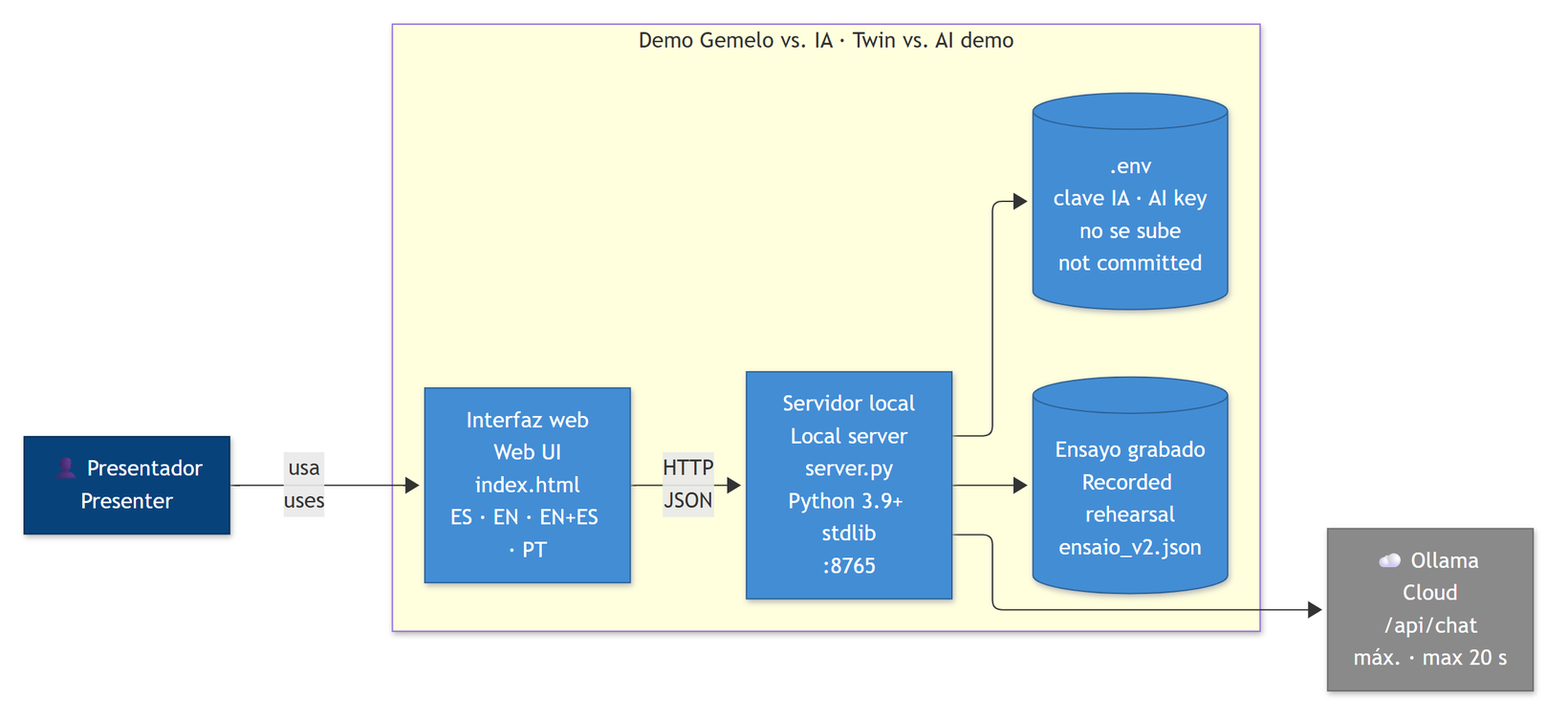
Above: docs/diagrams/c4-2-contenedores-containers.png in cass782019/digitaltwinsVSai (Mermaid), before the change. Its source is kept beside it as docs/diagrams/c4-2-contenedores-containers.mmd. Its diagram source:
```mermaid
flowchart LR
  P["👤 Presentador<br/>Presenter"]
  subgraph SYS["Demo Gemelo vs. IA · Twin vs. AI demo"]
    UI["Interfaz web<br/>Web UI<br/>index.html<br/>ES · EN · EN+ES · PT"]
    API["Servidor local<br/>Local server<br/>server.py<br/>Python 3.9+ stdlib<br/>:8765"]
    REH[("Ensayo grabado<br/>Recorded rehearsal<br/>ensaio_v2.json")]
    ENV[(".env<br/>clave IA · AI key<br/>no se sube<br/>not committed")]
  end
  O["☁️ Ollama Cloud<br/>/api/chat<br/>máx. · max 20 s"]
  P -->|"usa<br/>uses"| UI
  UI -->|"HTTP<br/>JSON"| API
  API --> REH
  API --> ENV
  API --> O
  classDef person fill:#08427B,color:#fff,stroke:#052E56
  classDef cont fill:#438DD5,color:#fff,stroke:#2E6295
  classDef ext fill:#8A8A8A,color:#fff,stroke:#6B6B6B
  class P person
  class UI,API,REH,ENV cont
  class O ext
```
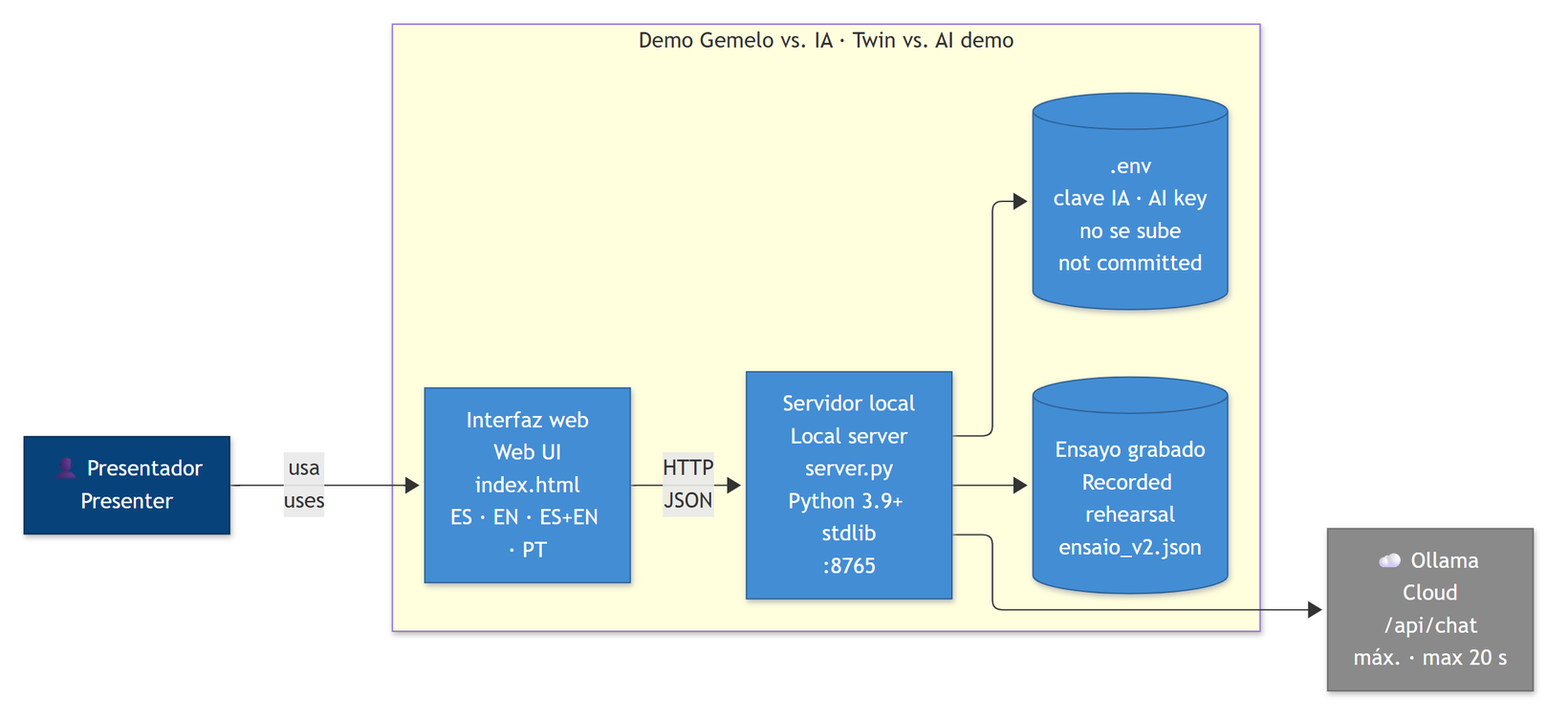
After the change.

Change to the diagram source:
```diff
@@ -1,7 +1,7 @@
 flowchart LR
   P["👤 Presentador<br/>Presenter"]
   subgraph SYS["Demo Gemelo vs. IA · Twin vs. AI demo"]
-    UI["Interfaz web<br/>Web UI<br/>index.html<br/>ES · EN · EN+ES · PT"]
+    UI["Interfaz web<br/>Web UI<br/>index.html<br/>ES · EN · ES+EN · PT"]
     API["Servidor local<br/>Local server<br/>server.py<br/>Python 3.9+ stdlib<br/>:8765"]
     REH[("Ensayo grabado<br/>Recorded rehearsal<br/>ensaio_v2.json")]
     ENV[(".env<br/>clave IA · AI key<br/>no se sube<br/>not committed")]
```
